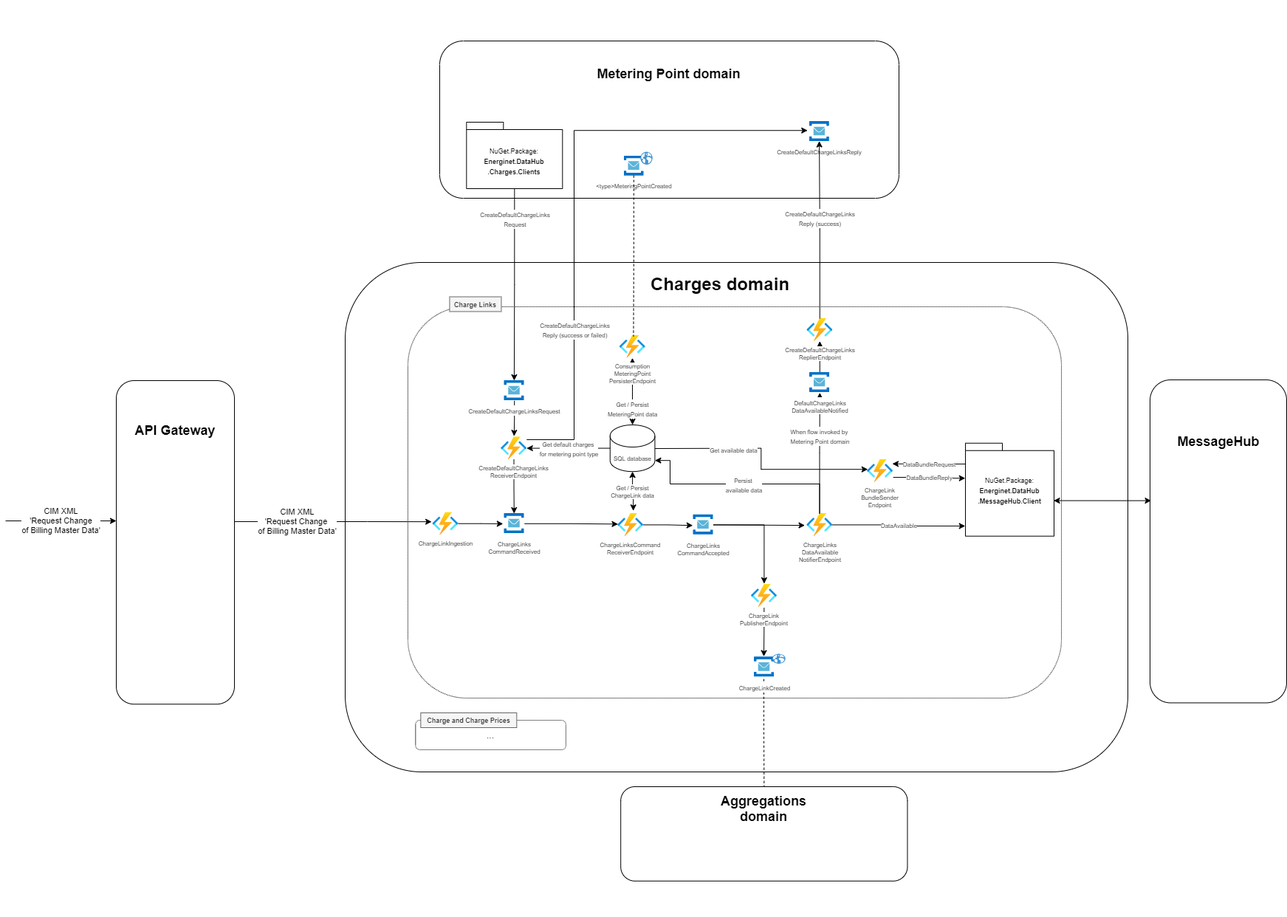
Before: ARCHITECTURE-ChargeLinks.png, a diagram exported from draw.io (Energinet-DataHub/ARCHIVED-geh-charges). Source tidied: cells renumbered, new cells last; positions are measured from the earlier drawing's top-left corner, leaving out a move shared by most shapes.
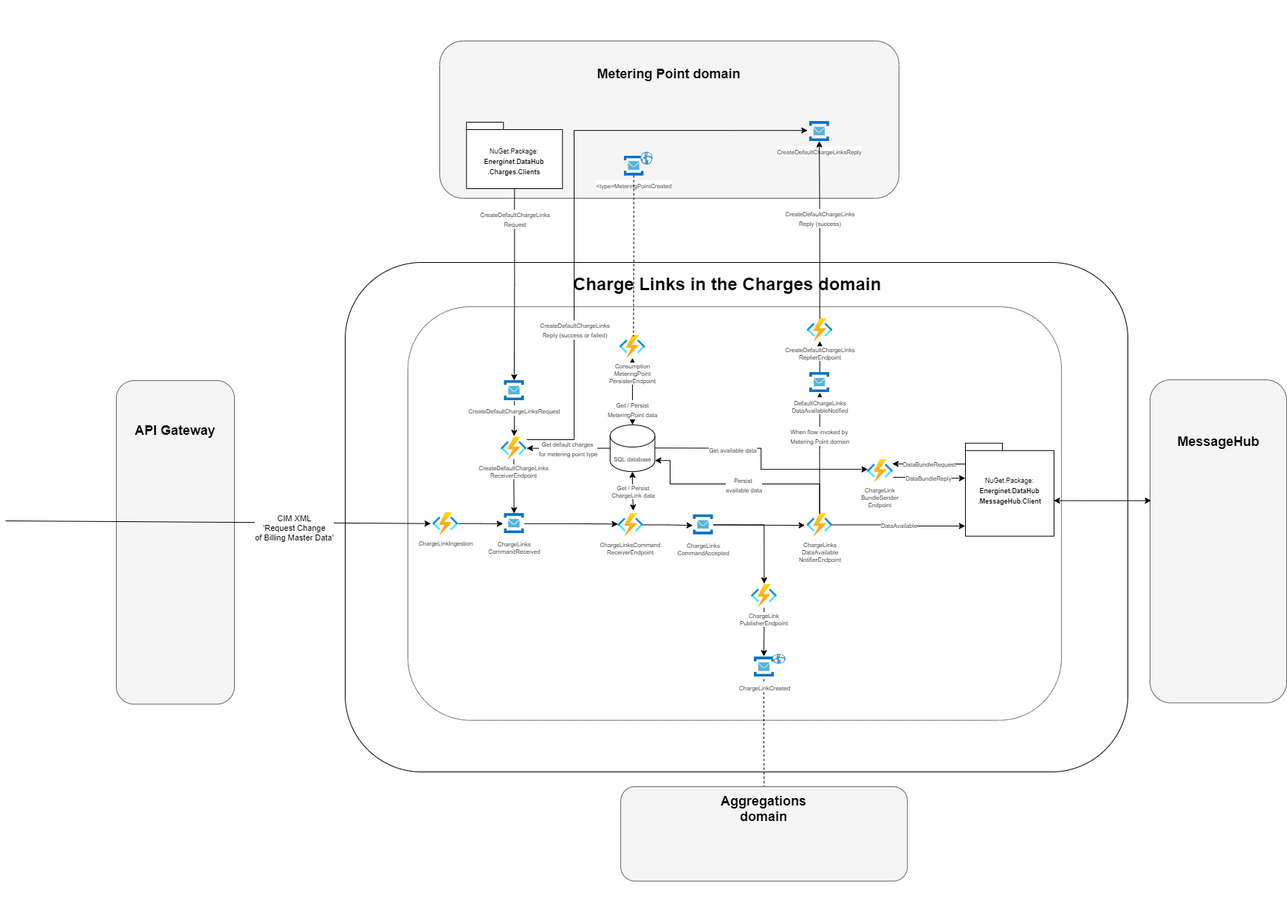
Later version of the same file.

Commit message:
Renamed Charges domain box headers & changed color

Change to the diagram source:
```diff
@@ -5,7 +5,7 @@
     <mxCell id="2" style="group;" parent="1" vertex="1">
       <mxGeometry x="588" width="622" height="213" as="geometry" />
     </mxCell>
-    <mxCell id="3" value="&lt;h2&gt;&lt;br&gt;&lt;/h2&gt;" style="rounded=1;whiteSpace=wrap;html=1;labelPosition=center;verticalLabelPosition=top;align=center;verticalAlign=bottom;" parent="2" vertex="1">
+    <mxCell id="3" value="&lt;h2&gt;&lt;br&gt;&lt;/h2&gt;" style="rounded=1;whiteSpace=wrap;html=1;labelPosition=center;verticalLabelPosition=top;align=center;verticalAlign=bottom;fillColor=#f5f5f5;strokeColor=#666666;fontColor=#333333;" parent="2" vertex="1">
       <mxGeometry width="622" height="213" as="geometry" />
     </mxCell>
     <mxCell id="4" value="&lt;b&gt;&lt;font style=&quot;font-size: 18px&quot;&gt;Metering Point domain&lt;/font&gt;&lt;/b&gt;" style="text;html=1;strokeColor=none;fillColor=none;align=center;verticalAlign=middle;whiteSpace=wrap;rounded=0;" parent="2" vertex="1">
@@ -14,7 +14,7 @@
     <mxCell id="5" value="&lt;font style=&quot;font-size: 8px&quot;&gt;CreateDefaultChargeLinksReply&lt;br&gt;&lt;/font&gt;" style="html=1;points=[];align=center;image;fontSize=12;image=img/lib/mscae/Service_Bus.svg;" parent="2" vertex="1">
       <mxGeometry x="500.8" y="109.1" width="26.5" height="26.5" as="geometry" />
     </mxCell>
-    <mxCell id="6" style="group;" parent="2" vertex="1">
+    <mxCell id="6" style="group;labelBackgroundColor=none;labelBorderColor=none;" parent="2" vertex="1">
       <mxGeometry x="249.6" y="150" width="38.7" height="41" as="geometry" />
     </mxCell>
     <mxCell id="7" value="&lt;span style=&quot;font-size: 8px&quot;&gt;&amp;lt;type&amp;gt;MeteringPointCreated&lt;/span&gt;" style="html=1;points=[];align=center;image;fontSize=12;image=img/lib/mscae/Service_Bus.svg;" parent="6" vertex="1">
@@ -30,17 +30,14 @@
       <mxGeometry width="1060" height="690" as="geometry" />
     </mxCell>
     <mxCell id="11" style="rounded=1;whiteSpace=wrap;html=1;dashed=1;dashPattern=1 1;align=center;" parent="9" vertex="1">
-      <mxGeometry x="84.9" y="60" width="885.1" height="530" as="geometry" />
+      <mxGeometry x="84.9" y="60" width="885.1" height="560" as="geometry" />
     </mxCell>
     <mxCell id="12" style="edgeStyle=orthogonalEdgeStyle;rounded=0;jettySize=auto;html=1;entryX=0.475;entryY=-0.028;entryDx=0;entryDy=0;entryPerimeter=0;startArrow=none;startFill=0;endArrow=classic;endFill=1;strokeColor=#000000;exitX=0.5;exitY=1.044;exitDx=0;exitDy=0;exitPerimeter=0;" parent="9" edge="1" source="28" target="55">
       <mxGeometry relative="1" as="geometry" />
     </mxCell>
-    <mxCell id="13" value="&lt;h1&gt;Charges domain&lt;br&gt;&lt;/h1&gt;" style="text;html=1;strokeColor=none;fillColor=none;spacing=5;spacingTop=-20;whiteSpace=wrap;overflow=hidden;rounded=0;dashed=1;" parent="9" vertex="1">
-      <mxGeometry x="408.7" y="10" width="242.7" height="36.5" as="geometry" />
+    <mxCell id="13" value="&lt;h1&gt;Charge Links in the Charges domain&lt;br&gt;&lt;/h1&gt;" style="text;html=1;strokeColor=none;fillColor=none;spacing=5;spacingTop=-20;whiteSpace=wrap;overflow=hidden;rounded=0;dashed=1;" parent="9" vertex="1">
+      <mxGeometry x="304.3" y="10" width="451.3" height="36.5" as="geometry" />
     </mxCell>
-    <mxCell id="14" value="Charge Links" style="text;html=1;align=center;verticalAlign=middle;strokeColor=#666666;fillColor=#f5f5f5;fontStyle=1;fontSize=9;fontColor=#333333;" parent="9" vertex="1">
-      <mxGeometry x="141.4" y="46.5" width="70" height="20" as="geometry" />
-    </mxCell>
     <mxCell id="15" style="edgeStyle=orthogonalEdgeStyle;rounded=0;jettySize=auto;html=1;entryX=0.023;entryY=0.435;entryDx=0;entryDy=0;entryPerimeter=0;endArrow=classic;endFill=1;strokeColor=#000000;shadow=0;noJump=0;comic=0;orthogonal=0;flowAnimation=0;snapToPoint=1;" parent="9" edge="1" source="17" target="33">
       <mxGeometry relative="1" as="geometry" />
     </mxCell>
@@ -154,15 +151,6 @@
     <mxCell id="46" value="&lt;div&gt;&lt;span style=&quot;font-size: 8px&quot;&gt;DefaultChargeLinks&lt;/span&gt;&lt;/div&gt;&lt;font style=&quot;font-size: 8px&quot;&gt;&lt;div&gt;DataAvailableNotified&lt;/div&gt;&lt;/font&gt;" style="html=1;points=[];align=center;image;fontSize=12;image=img/lib/mscae/Service_Bus.svg;" parent="9" vertex="1">
       <mxGeometry x="629.1" y="149" width="27.4" height="27.4" as="geometry" />
     </mxCell>
-    <mxCell id="47" style="group;" parent="9" vertex="1">
-      <mxGeometry x="95.2" y="610" width="203.7" height="50" as="geometry" />
-    </mxCell>
-    <mxCell id="48" value="..." style="rounded=1;whiteSpace=wrap;html=1;dashed=1;dashPattern=1 1;align=center;" parent="47" vertex="1">
-      <mxGeometry y="10" width="203.7" height="40" as="geometry" />
-    </mxCell>
-    <mxCell id="49" value="Charge and Charge Prices" style="text;html=1;align=center;verticalAlign=middle;strokeColor=#666666;fillColor=#f5f5f5;fontStyle=1;fontSize=9;fontColor=#333333;" parent="47" vertex="1">
-      <mxGeometry x="7.1" width="130" height="20" as="geometry" />
-    </mxCell>
     <mxCell id="50" value="&lt;font style=&quot;font-size: 9px&quot;&gt;NuGet.Package:&lt;br&gt;&lt;b&gt;Energinet.DataHub&lt;br&gt;.MessageHub.Client&lt;/b&gt;&lt;/font&gt;" style="shape=folder;tabWidth=50;tabHeight=10;tabPosition=left;strokeWidth=1;html=1;whiteSpace=wrap;align=center;" parent="9" vertex="1">
       <mxGeometry x="840" y="244.8" width="120" height="125.9" as="geometry" />
     </mxCell>
@@ -187,36 +175,27 @@
     <mxCell id="57" style="group;" parent="9" vertex="1">
       <mxGeometry x="373.2" y="710" width="388.3" height="127.8" as="geometry" />
     </mxCell>
-    <mxCell id="58" style="rounded=1;whiteSpace=wrap;html=1;" parent="57" vertex="1">
+    <mxCell id="58" style="rounded=1;whiteSpace=wrap;html=1;fillColor=#f5f5f5;strokeColor=#666666;fontColor=#333333;" parent="57" vertex="1">
       <mxGeometry width="388.3" height="127.8" as="geometry" />
     </mxCell>
     <mxCell id="59" value="&lt;b&gt;&lt;font style=&quot;font-size: 18px&quot;&gt;Aggregations domain&lt;/font&gt;&lt;/b&gt;" style="text;html=1;strokeColor=none;fillColor=none;align=center;verticalAlign=middle;whiteSpace=wrap;rounded=0;" parent="57" vertex="1">
       <mxGeometry x="109.2" y="9.1" width="169.9" height="41.2" as="geometry" />
     </mxCell>
-    <mxCell id="60" value="CIM XML&lt;br&gt;'Request Change &lt;br&gt;of Billing Master Data'" style="edgeStyle=orthogonalEdgeStyle;rounded=0;jettySize=auto;html=1;entryX=-0.039;entryY=0.415;entryDx=0;entryDy=0;entryPerimeter=0;startArrow=none;startFill=0;endArrow=classic;endFill=1;strokeColor=#000000;" parent="1" edge="1" source="61" target="19">
-      <mxGeometry x="-0.36" relative="1" as="geometry">
-        <Array as="points">
-          <mxPoint x="490" y="651" />
-          <mxPoint x="490" y="651" />
-        </Array>
-      </mxGeometry>
-    </mxCell>
-    <mxCell id="61" style="rounded=1;whiteSpace=wrap;html=1;" parent="1" vertex="1">
+    <mxCell id="61" style="rounded=1;whiteSpace=wrap;html=1;fillColor=#f5f5f5;strokeColor=#666666;fontColor=#333333;" parent="1" vertex="1">
       <mxGeometry x="150" y="460" width="160" height="438.2" as="geometry" />
     </mxCell>
     <mxCell id="62" value="&lt;b&gt;&lt;font style=&quot;font-size: 18px&quot;&gt;API Gateway&lt;/font&gt;&lt;/b&gt;" style="text;html=1;strokeColor=none;fillColor=none;align=center;verticalAlign=middle;whiteSpace=wrap;rounded=0;" parent="1" vertex="1">
       <mxGeometry x="155" y="516.8" width="150" height="22.6" as="geometry" />
     </mxCell>
-    <mxCell id="63" value="CIM XML&lt;br&gt;'Request Change&lt;br&gt;of Billing Master Data'" style="endArrow=classic;html=1;" parent="1" edge="1">
-      <mxGeometry relative="1" as="geometry">
+    <mxCell id="63" value="CIM XML&lt;br&gt;'Request Change&lt;br&gt;of Billing Master Data'" style="endArrow=classic;html=1;entryX=-0.071;entryY=0.497;entryDx=0;entryDy=0;entryPerimeter=0;" parent="1" edge="1" target="19">
+      <mxGeometry x="0.35" y="-8" relative="1" as="geometry">
         <mxPoint y="650" as="sourcePoint" />
-        <mxPoint x="150" y="650" as="targetPoint" />
       </mxGeometry>
     </mxCell>
     <mxCell id="64" style="group;" parent="1" vertex="1">
       <mxGeometry x="1550" y="479" width="185" height="437.4" as="geometry" />
     </mxCell>
-    <mxCell id="65" style="rounded=1;whiteSpace=wrap;html=1;" parent="64" vertex="1">
+    <mxCell id="65" style="rounded=1;whiteSpace=wrap;html=1;fillColor=#f5f5f5;strokeColor=#666666;fontColor=#333333;" parent="64" vertex="1">
       <mxGeometry y="-20" width="185" height="437.4" as="geometry" />
     </mxCell>
     <mxCell id="66" value="&lt;b&gt;&lt;font style=&quot;font-size: 18px&quot;&gt;MessageHub&lt;/font&gt;&lt;/b&gt;" style="text;html=1;strokeColor=none;fillColor=none;align=center;verticalAlign=middle;whiteSpace=wrap;rounded=0;" parent="64" vertex="1">
```
